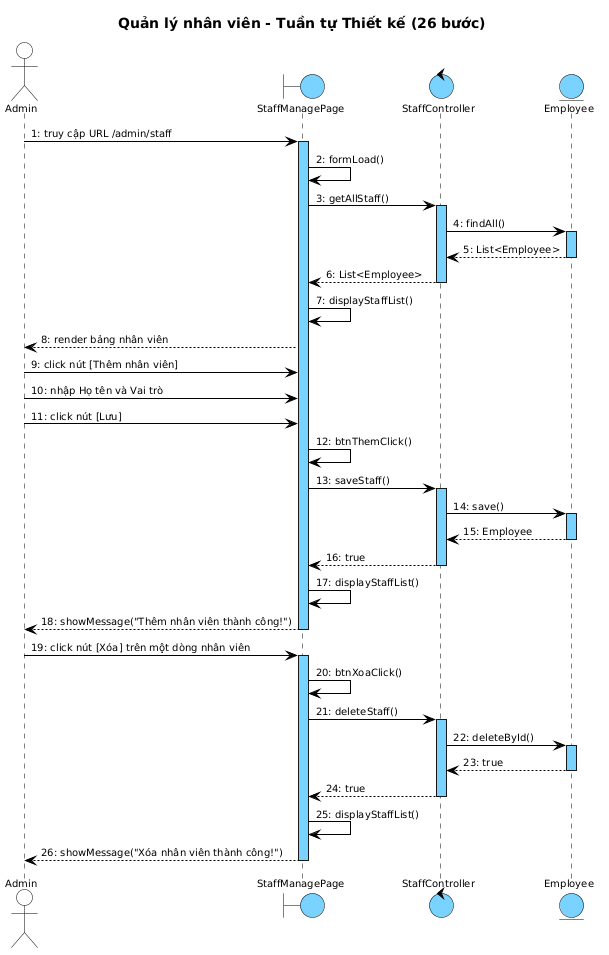
Earlier version of the PlantUML export output/diagrams/account_seq_staff_design.png (thanhtrnnn/cnpm).
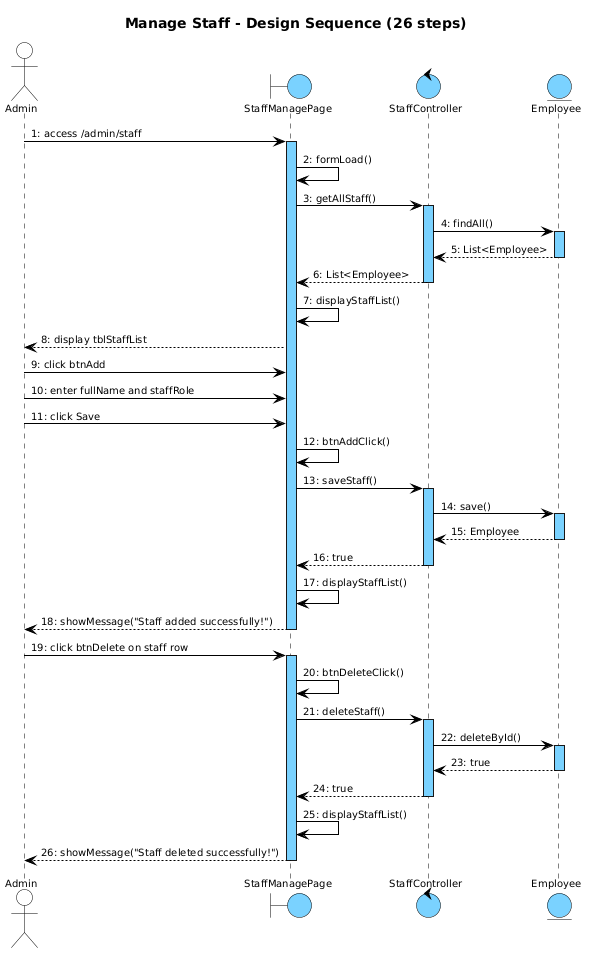
Later version of the same file.

What changed in the source:
```diff
@@ -1,10 +1,8 @@
 @startuml
 skinparam shadowing false
 skinparam SequenceMessageAlign left
-
 skinparam SequenceLifeLineBackgroundColor #7AD2FF
 skinparam SequenceLifeLineBorderColor #000000
-
 <style>
 sequenceDiagram {
   Shadowing 0
@@ -12,13 +10,11 @@
   FontName "Arial"
   FontSize 10
   FontColor #000000
-
   participant {
     BackgroundColor #7AD2FF
     LineColor #000000
     LineThickness 1
   }
-
   actor {
     BackgroundColor transparent
     LineColor #000000
@@ -35,12 +31,10 @@
     BackgroundColor #7AD2FF
     LineColor #000000
   }
-
   lifeline {
     LineColor #000000
     LineStyle 5-5
   }
-
   arrow {
     LineColor #000000
     LineThickness 1
@@ -48,14 +42,14 @@
   }
 }
 </style>
-title Quản lý nhân viên - Tuần tự Thiết kế (26 bước)
+title Manage Staff - Design Sequence (26 steps)
 
 actor "Admin" as Admin
 boundary StaffManagePage as B1
 control StaffController as C1
 entity Employee as E1
 
-Admin -> B1 : 1: truy cập URL /admin/staff
+Admin -> B1 : 1: access /admin/staff
 activate B1
 B1 -> B1 : 2: formLoad()
 B1 -> C1 : 3: getAllStaff()
@@ -67,12 +61,12 @@
 C1 --> B1 : 6: List<Employee>
 deactivate C1
 B1 -> B1 : 7: displayStaffList()
-B1 --> Admin : 8: render bảng nhân viên
+B1 --> Admin : 8: display tblStaffList
 
-Admin -> B1 : 9: click nút [Thêm nhân viên]
-Admin -> B1 : 10: nhập Họ tên và Vai trò
-Admin -> B1 : 11: click nút [Lưu]
-B1 -> B1 : 12: btnThemClick()
+Admin -> B1 : 9: click btnAdd
+Admin -> B1 : 10: enter fullName and staffRole
+Admin -> B1 : 11: click Save
+B1 -> B1 : 12: btnAddClick()
 B1 -> C1 : 13: saveStaff()
 activate C1
 C1 -> E1 : 14: save()
@@ -82,12 +76,12 @@
 C1 --> B1 : 16: true
 deactivate C1
 B1 -> B1 : 17: displayStaffList()
-B1 --> Admin : 18: showMessage("Thêm nhân viên thành công!")
+B1 --> Admin : 18: showMessage("Staff added successfully!")
 deactivate B1
 
-Admin -> B1 : 19: click nút [Xóa] trên một dòng nhân viên
+Admin -> B1 : 19: click btnDelete on staff row
 activate B1
-B1 -> B1 : 20: btnXoaClick()
+B1 -> B1 : 20: btnDeleteClick()
 B1 -> C1 : 21: deleteStaff()
 activate C1
 C1 -> E1 : 22: deleteById()
@@ -97,6 +91,6 @@
 C1 --> B1 : 24: true
 deactivate C1
 B1 -> B1 : 25: displayStaffList()
-B1 --> Admin : 26: showMessage("Xóa nhân viên thành công!")
+B1 --> Admin : 26: showMessage("Staff deleted successfully!")
 deactivate B1
 @enduml
```
